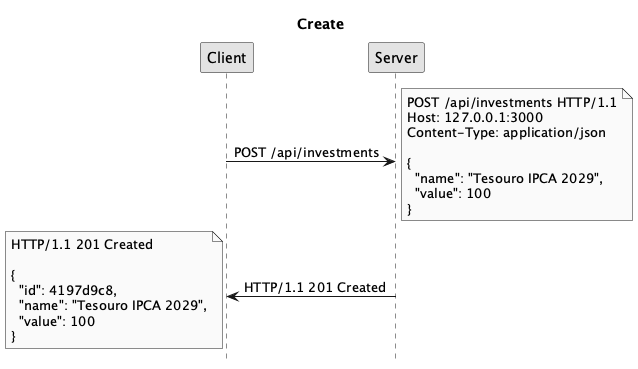
ifpb/lp2 keeps this PlantUML diagram as public/imgs/expressjs/api/create-investment.png. Above is the earlier version.
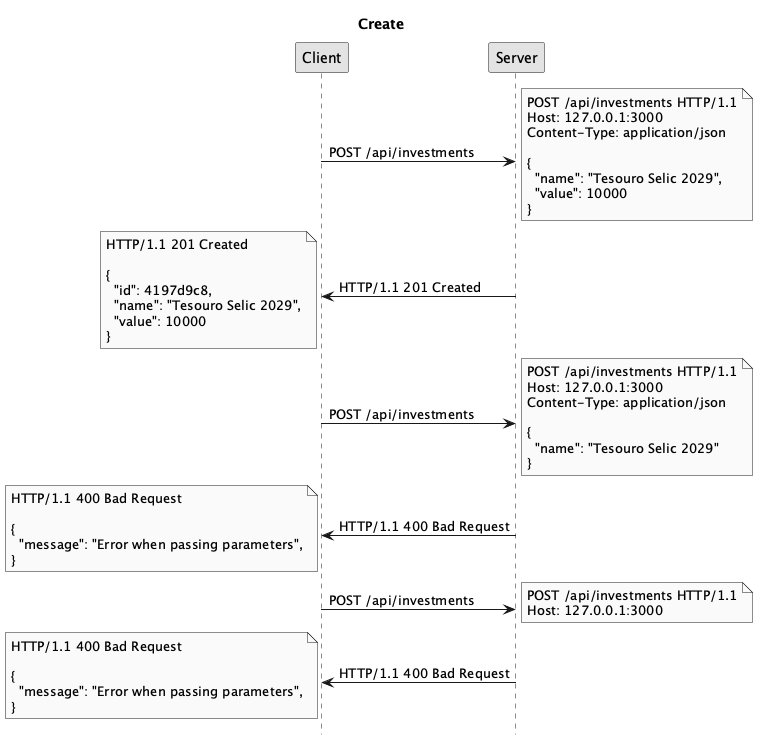
After the change.

The edit, as a diff of the source:
```diff
@@ -4,7 +4,17 @@
 skinparam monochrome true
 
 Client -> Server: POST /api/investments
-note right: POST /api/investments HTTP/1.1\nHost: 127.0.0.1:3000\nContent-Type: application/json\n\n{\n  "name": "Tesouro IPCA 2029",\n  "value": 100\n}
+note right: POST /api/investments HTTP/1.1\nHost: 127.0.0.1:3000\nContent-Type: application/json\n\n{\n  "name": "Tesouro Selic 2029",\n  "value": 10000\n}
 Server -> Client: HTTP/1.1 201 Created
-note left: HTTP/1.1 201 Created\n\n{\n  "id": 4197d9c8,\n  "name": "Tesouro IPCA 2029",\n  "value": 100\n}
+note left: HTTP/1.1 201 Created\n\n{\n  "id": 4197d9c8,\n  "name": "Tesouro Selic 2029",\n  "value": 10000\n}
+
+Client -> Server: POST /api/investments
+note right: POST /api/investments HTTP/1.1\nHost: 127.0.0.1:3000\nContent-Type: application/json\n\n{\n  "name": "Tesouro Selic 2029"\n}
+Server -> Client: HTTP/1.1 400 Bad Request
+note left: HTTP/1.1 400 Bad Request\n\n{\n  "message": "Error when passing parameters",\n}
+
+Client -> Server: POST /api/investments
+note right: POST /api/investments HTTP/1.1\nHost: 127.0.0.1:3000
+Server -> Client: HTTP/1.1 400 Bad Request
+note left: HTTP/1.1 400 Bad Request\n\n{\n  "message": "Error when passing parameters",\n}
 @enduml
```
